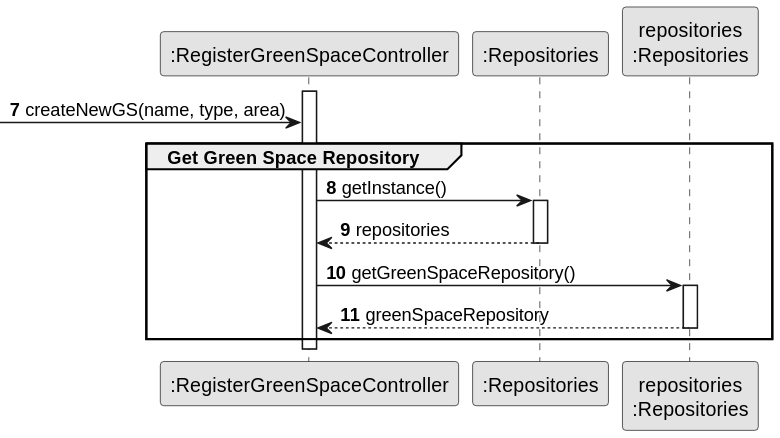
ricardomm7/leaflink keeps this PlantUML diagram as docs/sprintC/us020/03.design/svg/us020-sequence-diagram-partial-get-green-space-repository.svg. Above is the earlier version. Its diagram source:
```plantuml
@startuml
skinparam monochrome true
skinparam packageStyle rectangle
skinparam shadowing false

autonumber


participant ":RegisterGreenSpaceController" as CTRL
participant ":Repositories" as RepositorySingleton
participant "repositories\n:Repositories" as PLAT

autonumber 7


activate CTRL

 -> CTRL: createNewGS(name, type, area)

    group Get Green Space Repository


CTRL -> RepositorySingleton : getInstance()
activate RepositorySingleton
RepositorySingleton --> CTRL : repositories
deactivate RepositorySingleton
CTRL -> PLAT : getGreenSpaceRepository()
activate PLAT
PLAT -->  CTRL: greenSpaceRepository
deactivate PLAT

    end
deactivate CTRL
@enduml
```
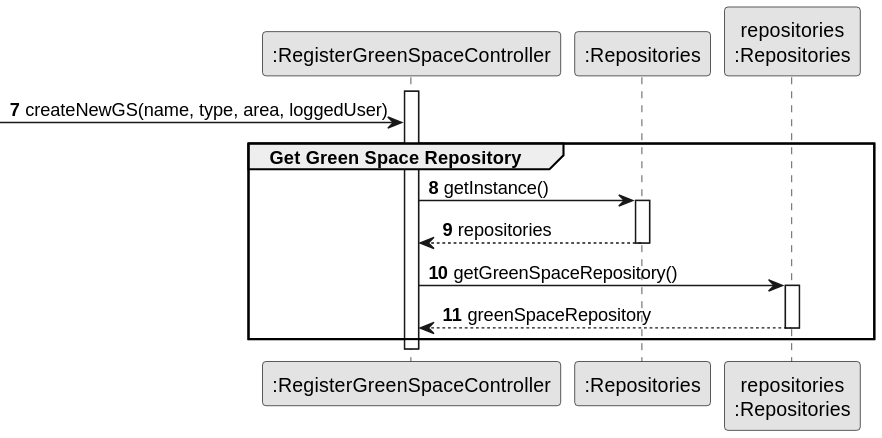
After the change.

The edit, as a diff of the source:
```diff
@@ -15,7 +15,7 @@
 
 activate CTRL
 
- -> CTRL: createNewGS(name, type, area)
+ -> CTRL: createNewGS(name, type, area, loggedUser)
 
     group Get Green Space Repository
 
```
